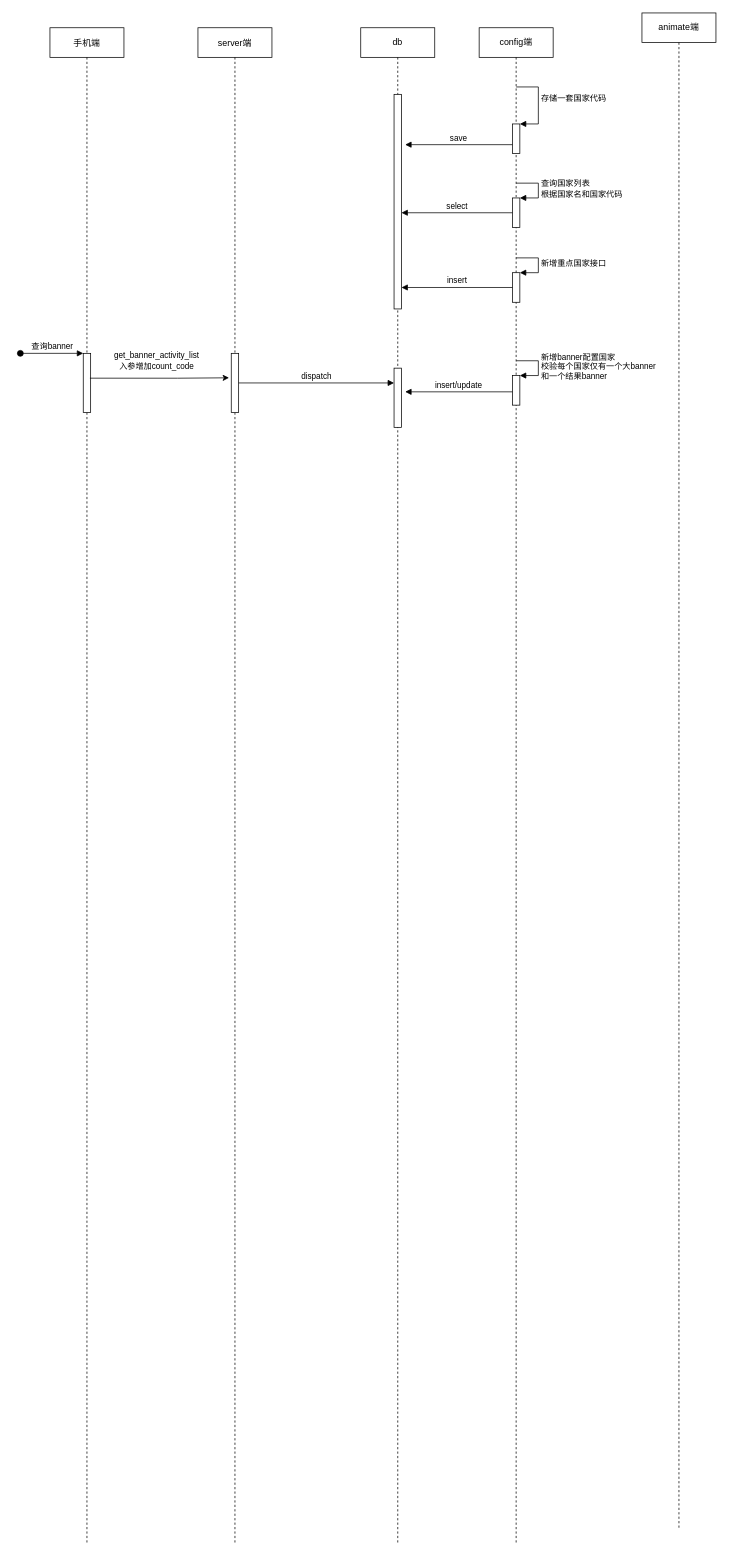
This is 新玩法layer顺序图.drawio from milletzhu/datasource, a draw.io file, before an edit. Source tidied: cells renumbered, new cells numbered last; positions are measured from the earlier drawing's top-left corner, leaving out a move shared by most shapes. Both pictures are drawn from the tidied source at 74%, with x=0, y=0 at pixel (20, 13).
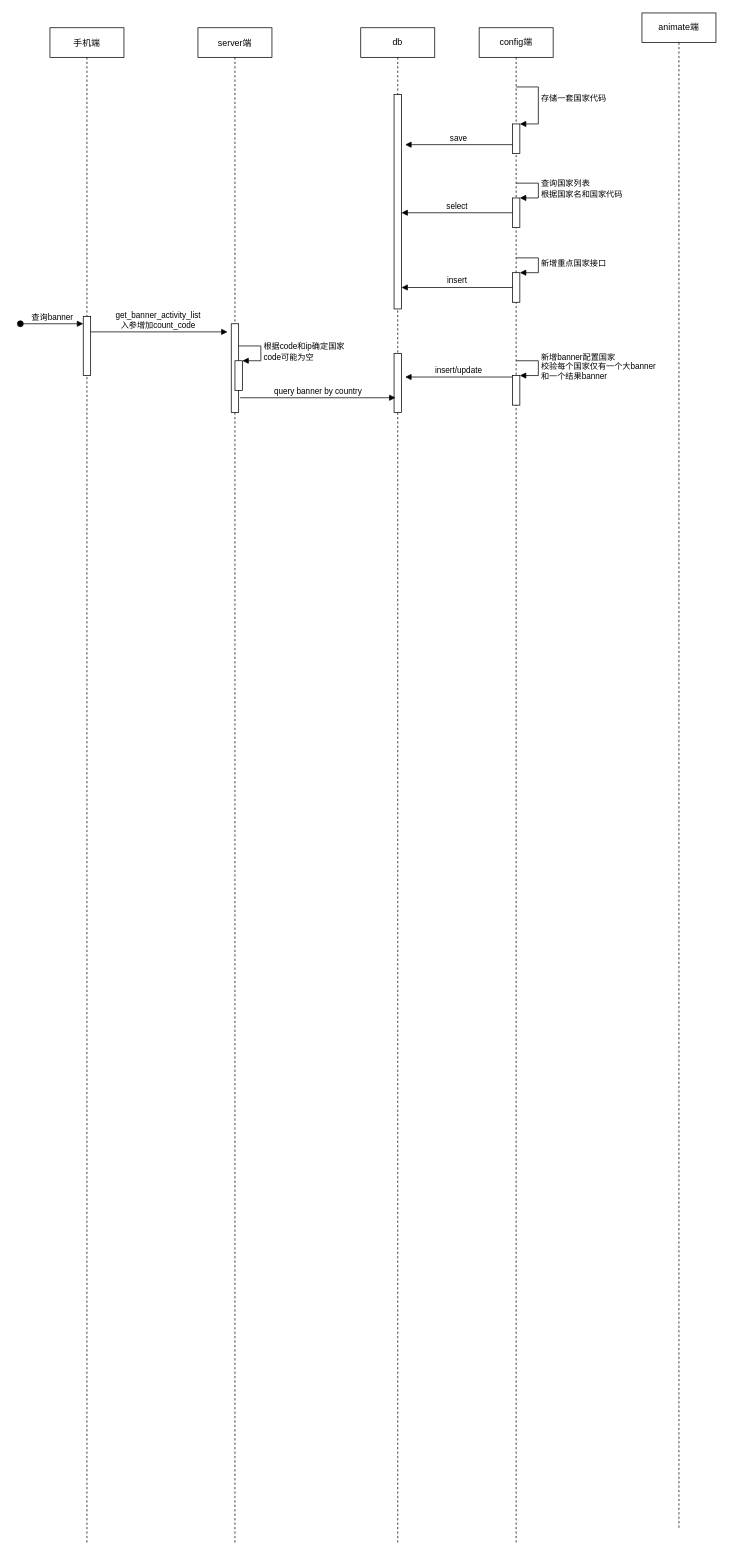
After the change.

Commit message:
国家配置下发顺序图.drawio

The change refers to these unchanged cells:
```xml
<mxCell id="2" value="手机端" style="shape=umlLifeline;perimeter=lifelinePerimeter;rounded=0;shadow=0;strokeWidth=1;" parent="1" vertex="1">
  <mxGeometry x="40" y="20" width="100" height="2050" as="geometry" />
</mxCell>
<mxCell id="5" value="server端" style="shape=umlLifeline;perimeter=lifelinePerimeter;rounded=0;shadow=0;strokeWidth=1;" parent="1" vertex="1">
  <mxGeometry x="240" y="20" width="100" height="2050" as="geometry" />
</mxCell>
<mxCell id="8" value="db" style="shape=umlLifeline;perimeter=lifelinePerimeter;whiteSpace=wrap;html=1;" parent="1" vertex="1">
  <mxGeometry x="460" y="20" width="100" height="2050" as="geometry" />
</mxCell>
```

What changed in the source:
```diff
@@
     <mxCell id="3" style="html=1;points=[];perimeter=orthogonalPerimeter;" parent="2" vertex="1">
-      <mxGeometry x="45" y="440" width="10" height="80" as="geometry" />
+      <mxGeometry x="45" y="390" width="10" height="80" as="geometry" />
     </mxCell>
     <mxCell id="4" value="查询banner" style="html=1;verticalAlign=bottom;startArrow=oval;endArrow=block;startSize=8;rounded=0;" parent="2" edge="1" target="3">
       <mxGeometry relative="1" as="geometry">
-        <mxPoint x="-40" y="440" as="sourcePoint" />
+        <mxPoint x="-40" y="400" as="sourcePoint" />
       </mxGeometry>
     </mxCell>
@@
     <mxCell id="6" style="html=1;points=[];perimeter=orthogonalPerimeter;" parent="5" vertex="1">
-      <mxGeometry x="45" y="440" width="10" height="80" as="geometry" />
+      <mxGeometry x="45" y="400" width="10" height="120" as="geometry" />
     </mxCell>
+    <mxCell id="27" style="html=1;points=[];perimeter=orthogonalPerimeter;" parent="5" vertex="1">
+      <mxGeometry x="50" y="450" width="10" height="40" as="geometry" />
+    </mxCell>
+    <mxCell id="28" value="根据code和ip确定国家&lt;br&gt;code可能为空" style="edgeStyle=orthogonalEdgeStyle;html=1;align=left;spacingLeft=2;endArrow=block;rounded=0;entryX=1;entryY=0;" parent="5" edge="1" target="27">
+      <mxGeometry relative="1" as="geometry">
+        <mxPoint x="55" y="430" as="sourcePoint" />
+        <Array as="points">
+          <mxPoint x="85" y="430" />
+        </Array>
+      </mxGeometry>
+    </mxCell>
@@
     <mxCell id="10" style="html=1;points=[];perimeter=orthogonalPerimeter;" parent="8" vertex="1">
-      <mxGeometry x="45" y="460" width="10" height="80" as="geometry" />
+      <mxGeometry x="45" y="440" width="10" height="80" as="geometry" />
     </mxCell>
@@
-    <mxCell id="24" style="edgeStyle=orthogonalEdgeStyle;rounded=0;jettySize=auto;html=1;exitX=0.54;exitY=0.231;exitDx=0;exitDy=0;exitPerimeter=0;entryX=-0.3;entryY=0.413;entryDx=0;entryDy=0;entryPerimeter=0;" parent="1" edge="1" source="2" target="6">
-      <mxGeometry relative="1" as="geometry" />
-    </mxCell>
+    <mxCell id="26" value="query banner by country" style="html=1;verticalAlign=bottom;endArrow=block;rounded=0;" parent="1" edge="1">
+      <mxGeometry relative="1" as="geometry">
+        <mxPoint x="297" y="520" as="sourcePoint" />
+        <mxPoint x="507" y="520" as="targetPoint" />
+      </mxGeometry>
+    </mxCell>
-    <mxCell id="25" value="get_banner_activity_list&lt;br&gt;入参增加count_code" style="edgeLabel;html=1;align=center;verticalAlign=middle;" parent="24" vertex="1">
-      <mxGeometry x="-0.05" y="-1" relative="1" as="geometry">
-        <mxPoint y="-25" as="offset" />
+    <mxCell id="25" value="&lt;span style=&quot;color: rgb(0, 0, 0); font-family: Helvetica; font-size: 11px; font-style: normal; font-variant-ligatures: normal; font-variant-caps: normal; font-weight: 400; letter-spacing: normal; orphans: 2; text-align: center; text-indent: 0px; text-transform: none; widows: 2; word-spacing: 0px; -webkit-text-stroke-width: 0px; background-color: rgb(255, 255, 255); text-decoration-thickness: initial; text-decoration-style: initial; text-decoration-color: initial; float: none; display: inline !important;&quot;&gt;get_banner_activity_list&lt;/span&gt;&lt;br style=&quot;color: rgb(0, 0, 0); font-family: Helvetica; font-size: 11px; font-style: normal; font-variant-ligatures: normal; font-variant-caps: normal; font-weight: 400; letter-spacing: normal; orphans: 2; text-align: center; text-indent: 0px; text-transform: none; widows: 2; word-spacing: 0px; -webkit-text-stroke-width: 0px; text-decoration-thickness: initial; text-decoration-style: initial; text-decoration-color: initial;&quot;&gt;&lt;span style=&quot;color: rgb(0, 0, 0); font-family: Helvetica; font-size: 11px; font-style: normal; font-variant-ligatures: normal; font-variant-caps: normal; font-weight: 400; letter-spacing: normal; orphans: 2; text-align: center; text-indent: 0px; text-transform: none; widows: 2; word-spacing: 0px; -webkit-text-stroke-width: 0px; background-color: rgb(255, 255, 255); text-decoration-thickness: initial; text-decoration-style: initial; text-decoration-color: initial; float: none; display: inline !important;&quot;&gt;入参增加count_code&lt;/span&gt;" style="html=1;verticalAlign=bottom;endArrow=block;rounded=0;" parent="1" edge="1">
+      <mxGeometry x="-0.02" relative="1" as="geometry">
+        <mxPoint x="95" y="431" as="sourcePoint" />
+        <mxPoint x="280" y="431" as="targetPoint" />
       </mxGeometry>
     </mxCell>
-    <mxCell id="26" value="dispatch" style="html=1;verticalAlign=bottom;endArrow=block;rounded=0;" parent="1" edge="1" source="6" target="10">
-      <mxGeometry relative="1" as="geometry" />
-    </mxCell>
```
